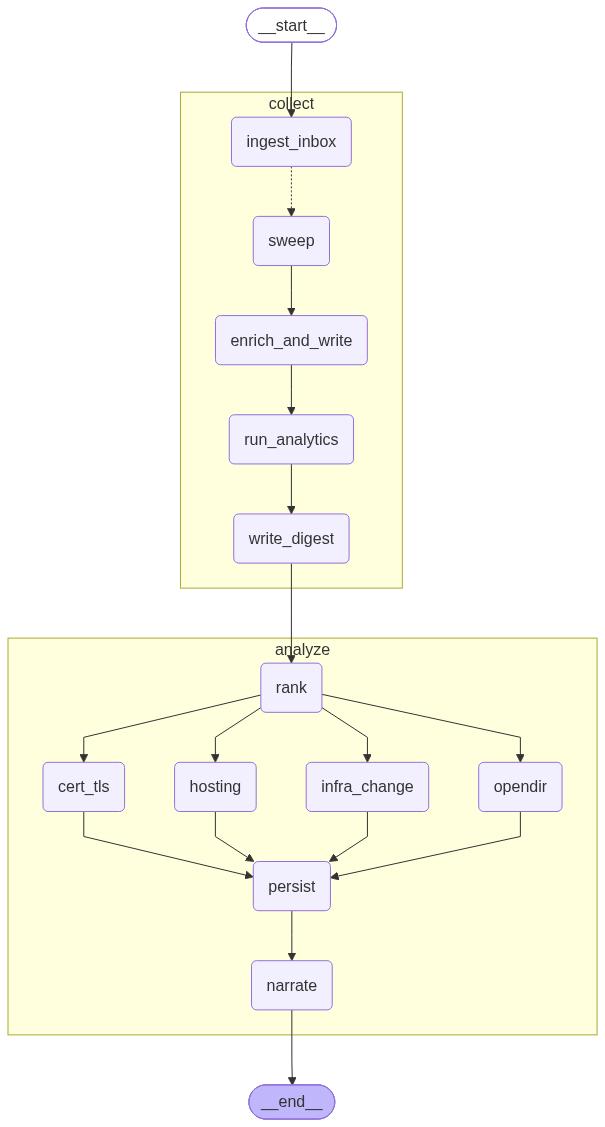
The Mermaid diagram docs/graph-daily.png in axelarator/AgenTIP, before a commit. Its source is kept beside it as docs/graph-daily.mmd.
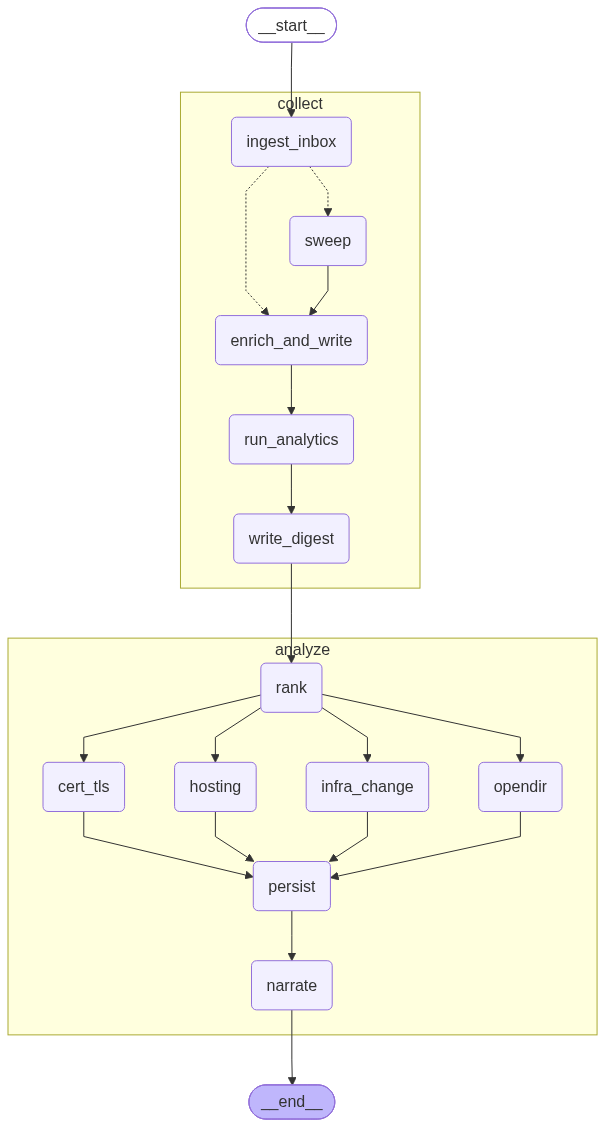
Above is the later version.

Commit message:
Fix two collect-graph bugs found by the digest-parity check

What changed in the source:
```diff
@@ -16,6 +16,7 @@
 	collect\3arun_analytics(run_analytics)
 	collect\3awrite_digest(write_digest)
 	collect\3aenrich_and_write --> collect\3arun_analytics;
+	collect\3aingest_inbox -.-> collect\3aenrich_and_write;
 	collect\3aingest_inbox -.-> collect\3asweep;
 	collect\3arun_analytics --> collect\3awrite_digest;
 	collect\3asweep --> collect\3aenrich_and_write;
```
